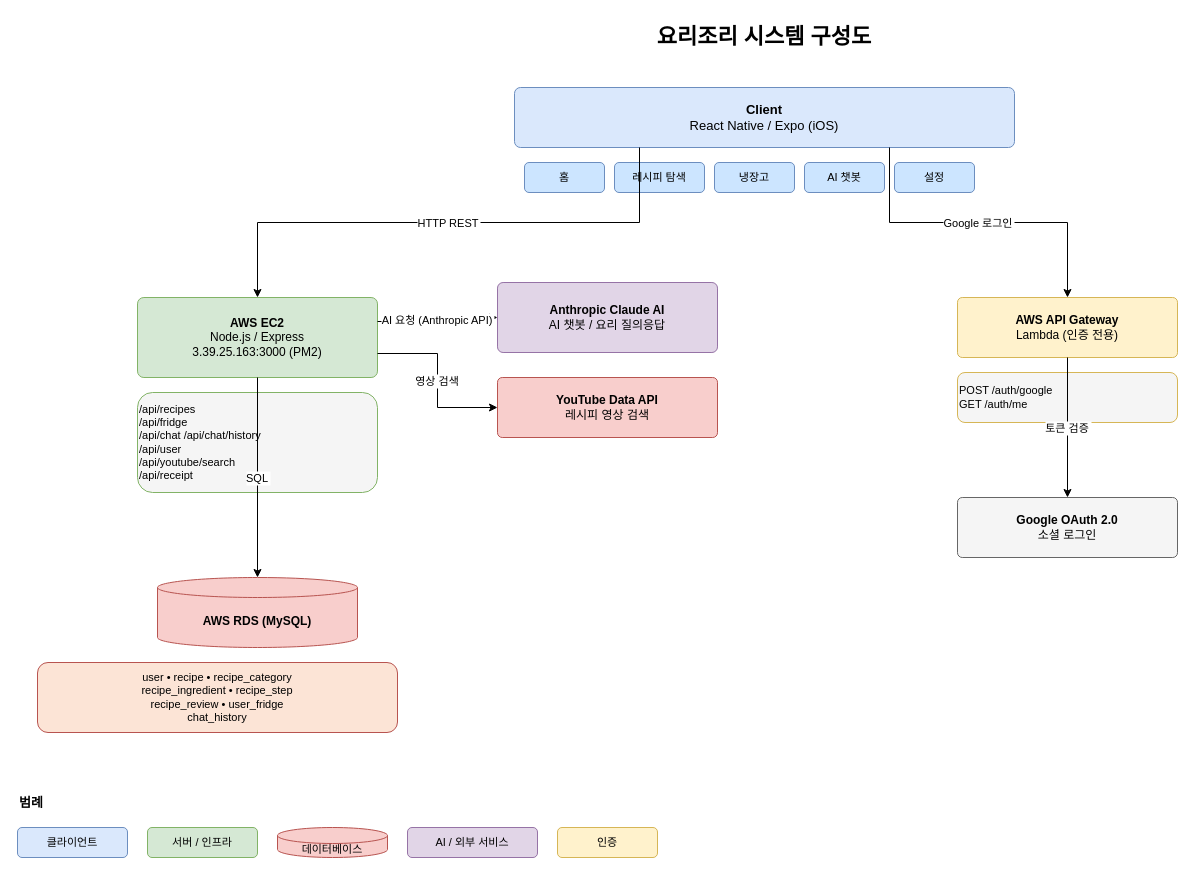
This is docs/SystemArchitecture.drawio from puri0822/FRAME_-, a draw.io file, before an edit. Source tidied: cells renumbered, new cells numbered last; positions are measured from the earlier drawing's top-left corner, leaving out a move shared by most shapes. Both pictures are drawn from the tidied source at 100%, with x=0, y=0 at pixel (17, 17).
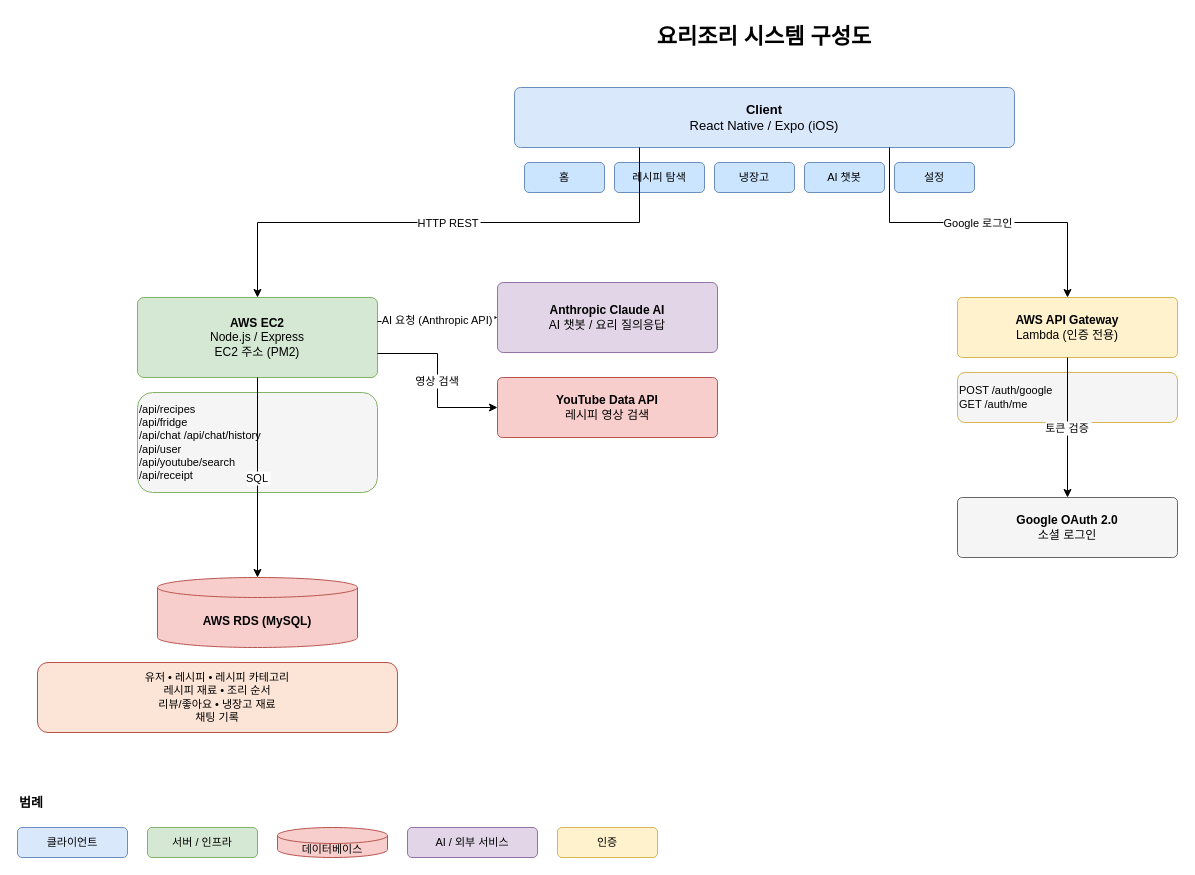
Above is the later version.

Commit message:
docs: use Korean labels in RDS tables, hide EC2 IP

The edit, as a diff of the source:
```diff
@@
-    <mxCell id="11" value="&lt;b&gt;AWS EC2&lt;/b&gt;&lt;br&gt;Node.js / Express&lt;br&gt;3.39.25.163:3000  (PM2)" style="rounded=1;whiteSpace=wrap;html=1;fillColor=#d5e8d4;strokeColor=#82b366;fontSize=12;arcSize=8;" parent="1" vertex="1">
+    <mxCell id="11" value="&lt;b&gt;AWS EC2&lt;/b&gt;&lt;br&gt;Node.js / Express&lt;br&gt;EC2 주소 (PM2)" style="rounded=1;whiteSpace=wrap;html=1;fillColor=#d5e8d4;strokeColor=#82b366;fontSize=12;arcSize=8;" parent="1" vertex="1">
       <mxGeometry x="120" y="280" width="240" height="80" as="geometry" />
     </mxCell>
@@
-    <mxCell id="21" value="user  •  recipe  •  recipe_category&lt;br&gt;recipe_ingredient  •  recipe_step&lt;br&gt;recipe_review  •  user_fridge&lt;br&gt;chat_history" style="rounded=1;whiteSpace=wrap;html=1;fillColor=#fce4d6;strokeColor=#b85450;fontSize=11;" parent="1" vertex="1">
+    <mxCell id="21" value="유저  •  레시피  •  레시피 카테고리&lt;br&gt;레시피 재료  •  조리 순서&lt;br&gt;리뷰/좋아요  •  냉장고 재료&lt;br&gt;채팅 기록" style="rounded=1;whiteSpace=wrap;html=1;fillColor=#fce4d6;strokeColor=#b85450;fontSize=11;" parent="1" vertex="1">
       <mxGeometry x="20" y="645" width="360" height="70" as="geometry" />
     </mxCell>
```
